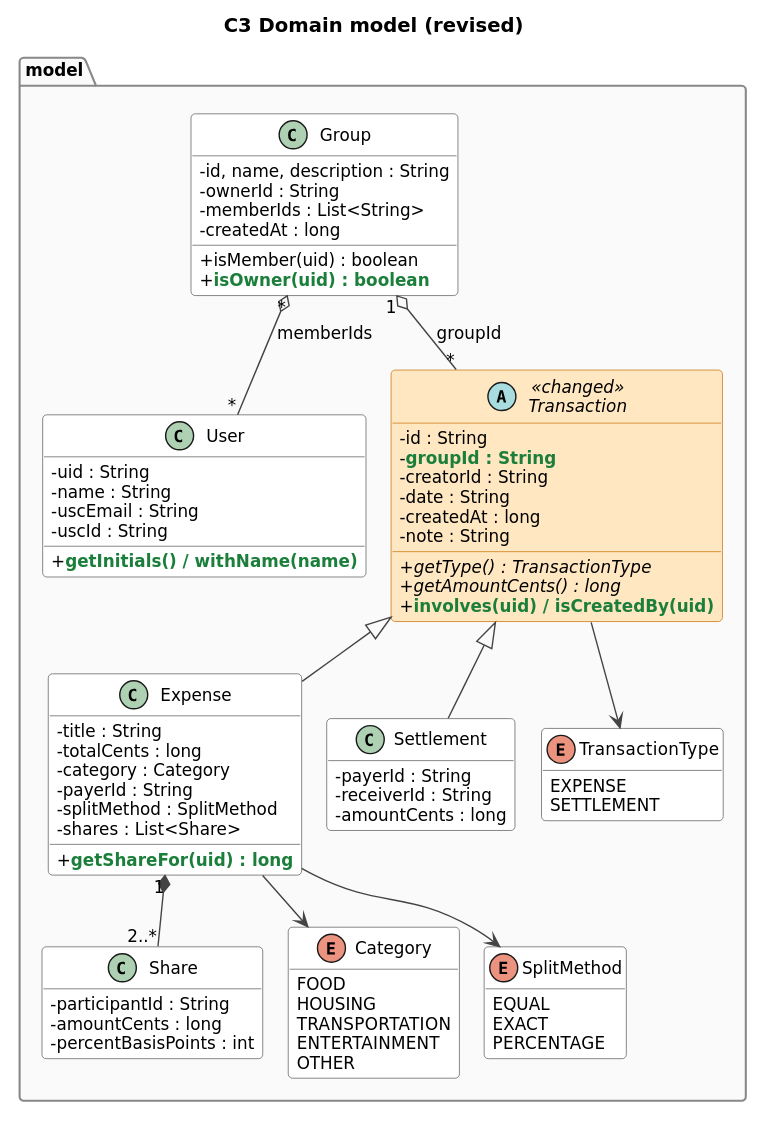
Above: docs/diagrams/class-c3-model.svg in AuxDevarapalli/CSCI310-Project (PlantUML), before the change.
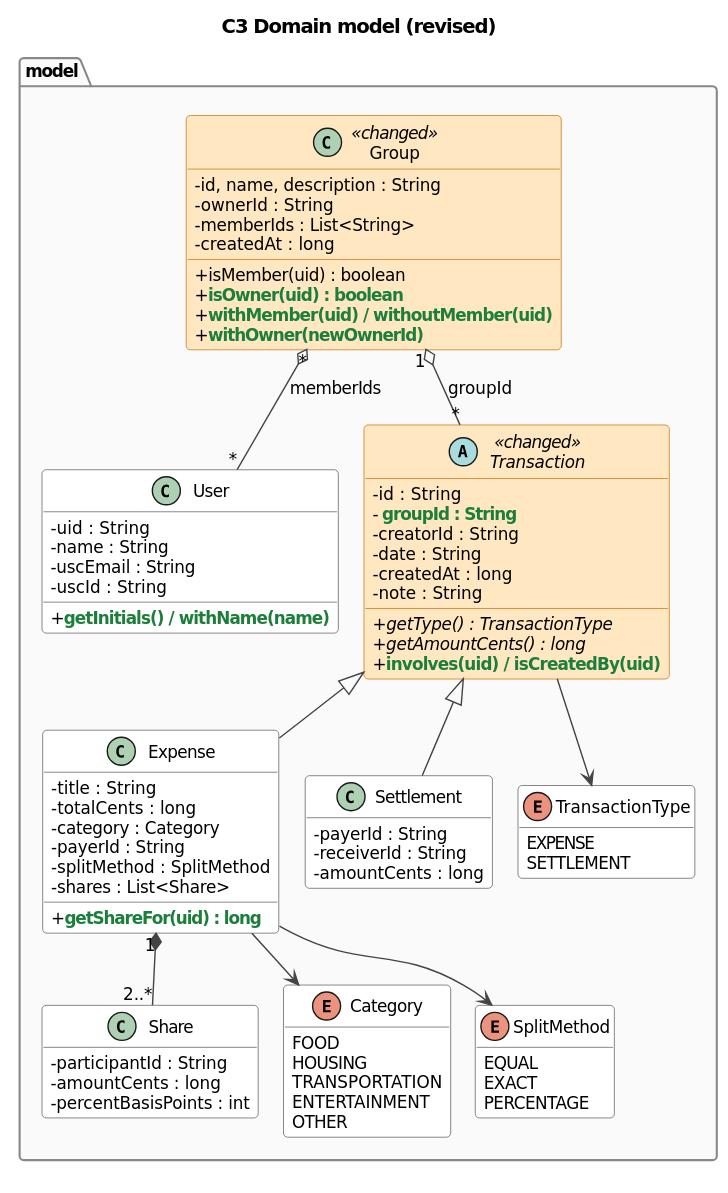
The same diagram one commit later.

What changed in the source:
```diff
@@ -13,13 +13,15 @@
     -uscId : String
     +NEW(getInitials() / withName(name))
   }
-  class Group {
+  class Group <<changed>> {
     -id, name, description : String
     -ownerId : String
     -memberIds : List<String>
     -createdAt : long
     +isMember(uid) : boolean
     +NEW(isOwner(uid) : boolean)
+    +NEW(withMember(uid) / withoutMember(uid))
+    +NEW(withOwner(newOwnerId))
   }
   abstract class Transaction <<changed>> {
     -id : String
```
